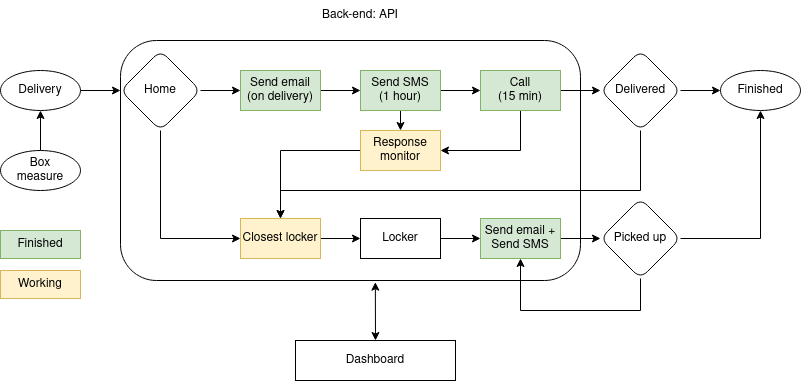
Earlier version of the draw.io export docs/projectStructure.png (tamagusko/ai-transatlantic-hackathon). Source tidied: cells renumbered, new cells last; positions are measured from the earlier drawing's top-left corner, leaving out a move shared by most shapes.
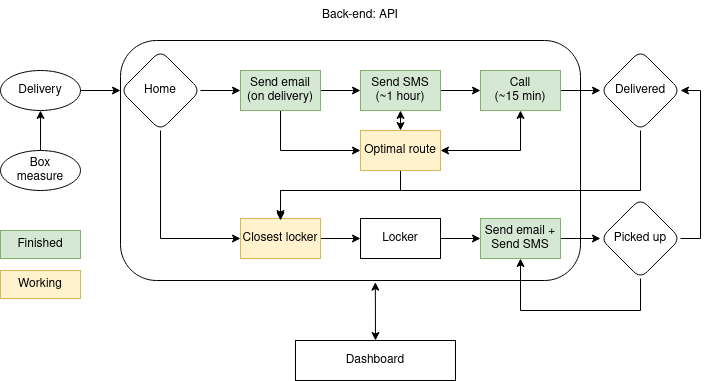
Later version of the same file.

What changed in the source:
```diff
@@ -23,6 +23,9 @@
     <mxCell id="8" style="edgeStyle=orthogonalEdgeStyle;rounded=0;jettySize=auto;html=1;exitX=1;exitY=0.5;exitDx=0;exitDy=0;entryX=0;entryY=0.5;entryDx=0;entryDy=0;" parent="1" edge="1" source="9" target="15">
       <mxGeometry relative="1" as="geometry" />
     </mxCell>
+    <mxCell id="38" style="edgeStyle=orthogonalEdgeStyle;rounded=0;jettySize=auto;html=1;exitX=0.5;exitY=1;exitDx=0;exitDy=0;entryX=0;entryY=0.5;entryDx=0;entryDy=0;startArrow=none;startFill=0;" parent="1" edge="1" source="9" target="35">
+      <mxGeometry relative="1" as="geometry" />
+    </mxCell>
     <mxCell id="9" value="&lt;div&gt;Send email&lt;br&gt;&lt;/div&gt;&lt;div&gt;(on delivery)&lt;br&gt;&lt;/div&gt;" style="rounded=0;whiteSpace=wrap;html=1;fillColor=#d5e8d4;strokeColor=#82b366;" parent="1" vertex="1">
       <mxGeometry x="240" y="70" width="80" height="40" as="geometry" />
     </mxCell>
@@ -38,28 +41,25 @@
     <mxCell id="13" style="edgeStyle=orthogonalEdgeStyle;rounded=0;jettySize=auto;html=1;exitX=1;exitY=0.5;exitDx=0;exitDy=0;entryX=0;entryY=0.5;entryDx=0;entryDy=0;" parent="1" edge="1" source="15" target="18">
       <mxGeometry relative="1" as="geometry" />
     </mxCell>
-    <mxCell id="14" style="edgeStyle=orthogonalEdgeStyle;rounded=0;jettySize=auto;html=1;exitX=0.5;exitY=1;exitDx=0;exitDy=0;entryX=0.5;entryY=0;entryDx=0;entryDy=0;" parent="1" edge="1" source="15" target="35">
+    <mxCell id="14" style="edgeStyle=orthogonalEdgeStyle;rounded=0;jettySize=auto;html=1;exitX=0.5;exitY=1;exitDx=0;exitDy=0;entryX=0.5;entryY=0;entryDx=0;entryDy=0;startArrow=classic;startFill=1;" parent="1" edge="1" source="15" target="35">
       <mxGeometry relative="1" as="geometry" />
     </mxCell>
-    <mxCell id="15" value="&lt;div&gt;Send SMS&lt;br&gt;&lt;/div&gt;&lt;div&gt;(1 hour)&lt;br&gt;&lt;/div&gt;" style="rounded=0;whiteSpace=wrap;html=1;fillColor=#d5e8d4;strokeColor=#82b366;" parent="1" vertex="1">
+    <mxCell id="15" value="&lt;div&gt;Send SMS&lt;br&gt;&lt;/div&gt;&lt;div&gt;(~1 hour)&lt;br&gt;&lt;/div&gt;" style="rounded=0;whiteSpace=wrap;html=1;fillColor=#d5e8d4;strokeColor=#82b366;" parent="1" vertex="1">
       <mxGeometry x="360" y="70" width="80" height="40" as="geometry" />
     </mxCell>
     <mxCell id="16" style="edgeStyle=orthogonalEdgeStyle;rounded=0;jettySize=auto;html=1;entryX=0;entryY=0.5;entryDx=0;entryDy=0;" parent="1" edge="1" source="18" target="21">
       <mxGeometry relative="1" as="geometry" />
     </mxCell>
-    <mxCell id="17" style="edgeStyle=orthogonalEdgeStyle;rounded=0;jettySize=auto;html=1;entryX=1;entryY=0.5;entryDx=0;entryDy=0;" parent="1" edge="1" source="18" target="35">
+    <mxCell id="17" style="edgeStyle=orthogonalEdgeStyle;rounded=0;jettySize=auto;html=1;entryX=1;entryY=0.5;entryDx=0;entryDy=0;startArrow=classic;startFill=1;" parent="1" edge="1" source="18" target="35">
       <mxGeometry relative="1" as="geometry">
         <Array as="points">
           <mxPoint x="520" y="150" />
         </Array>
       </mxGeometry>
     </mxCell>
-    <mxCell id="18" value="&lt;div&gt;Call&lt;br&gt;&lt;/div&gt;&lt;div&gt;(15 min)&lt;br&gt;&lt;/div&gt;" style="rounded=0;whiteSpace=wrap;html=1;fillColor=#d5e8d4;strokeColor=#82b366;" parent="1" vertex="1">
+    <mxCell id="18" value="&lt;div&gt;Call&lt;br&gt;&lt;/div&gt;&lt;div&gt;(~15 min)&lt;br&gt;&lt;/div&gt;" style="rounded=0;whiteSpace=wrap;html=1;fillColor=#d5e8d4;strokeColor=#82b366;" parent="1" vertex="1">
       <mxGeometry x="480" y="70" width="80" height="40" as="geometry" />
     </mxCell>
-    <mxCell id="19" style="edgeStyle=orthogonalEdgeStyle;rounded=0;jettySize=auto;html=1;exitX=1;exitY=0.5;exitDx=0;exitDy=0;entryX=0;entryY=0.5;entryDx=0;entryDy=0;" parent="1" edge="1" source="21" target="22">
-      <mxGeometry relative="1" as="geometry" />
-    </mxCell>
     <mxCell id="20" style="edgeStyle=orthogonalEdgeStyle;rounded=0;jettySize=auto;html=1;exitX=0.5;exitY=1;exitDx=0;exitDy=0;entryX=0.5;entryY=0;entryDx=0;entryDy=0;" parent="1" edge="1" source="21" target="24">
       <mxGeometry relative="1" as="geometry">
         <Array as="points">
@@ -71,9 +71,6 @@
     <mxCell id="21" value="Delivered" style="rhombus;whiteSpace=wrap;html=1;rounded=1;shadow=0;glass=0;sketch=0;fillColor=none;" parent="1" vertex="1">
       <mxGeometry x="600" y="50" width="80" height="80" as="geometry" />
     </mxCell>
-    <mxCell id="22" value="Finished" style="ellipse;whiteSpace=wrap;html=1;" parent="1" vertex="1">
-      <mxGeometry x="720" y="70" width="80" height="40" as="geometry" />
-    </mxCell>
     <mxCell id="23" style="edgeStyle=orthogonalEdgeStyle;rounded=0;jettySize=auto;html=1;exitX=1;exitY=0.5;exitDx=0;exitDy=0;entryX=0;entryY=0.5;entryDx=0;entryDy=0;" parent="1" edge="1" source="24" target="33">
       <mxGeometry relative="1" as="geometry" />
     </mxCell>
@@ -89,7 +86,7 @@
     <mxCell id="27" value="Send email + Send SMS" style="rounded=0;whiteSpace=wrap;html=1;fillColor=#d5e8d4;strokeColor=#82b366;" parent="1" vertex="1">
       <mxGeometry x="480" y="218" width="80" height="40" as="geometry" />
     </mxCell>
-    <mxCell id="28" style="edgeStyle=orthogonalEdgeStyle;rounded=0;jettySize=auto;html=1;exitX=1;exitY=0.5;exitDx=0;exitDy=0;entryX=0.5;entryY=1;entryDx=0;entryDy=0;" parent="1" edge="1" source="30" target="22">
+    <mxCell id="28" style="edgeStyle=orthogonalEdgeStyle;rounded=0;jettySize=auto;html=1;exitX=1;exitY=0.5;exitDx=0;exitDy=0;entryX=1;entryY=0.5;entryDx=0;entryDy=0;" parent="1" edge="1" source="30" target="21">
       <mxGeometry relative="1" as="geometry" />
     </mxCell>
     <mxCell id="29" style="edgeStyle=orthogonalEdgeStyle;rounded=0;jettySize=auto;html=1;entryX=0.5;entryY=1;entryDx=0;entryDy=0;" parent="1" edge="1" source="30" target="27">
@@ -112,10 +109,16 @@
     <mxCell id="33" value="Locker" style="rounded=0;whiteSpace=wrap;html=1;fillColor=default;strokeColor=#000000;" parent="1" vertex="1">
       <mxGeometry x="360" y="218" width="80" height="40" as="geometry" />
     </mxCell>
-    <mxCell id="34" style="edgeStyle=orthogonalEdgeStyle;rounded=0;jettySize=auto;html=1;entryX=0.5;entryY=0;entryDx=0;entryDy=0;" parent="1" edge="1" source="35" target="24">
-      <mxGeometry relative="1" as="geometry" />
-    </mxCell>
+    <mxCell id="39" style="edgeStyle=orthogonalEdgeStyle;rounded=0;jettySize=auto;html=1;exitX=0.5;exitY=1;exitDx=0;exitDy=0;startArrow=none;startFill=0;" parent="1" edge="1" source="35">
+      <mxGeometry relative="1" as="geometry">
+        <mxPoint x="280" y="220" as="targetPoint" />
+        <Array as="points">
+          <mxPoint x="400" y="190" />
+          <mxPoint x="280" y="190" />
+        </Array>
+      </mxGeometry>
+    </mxCell>
-    <mxCell id="35" value="Response monitor" style="rounded=0;whiteSpace=wrap;html=1;fillColor=#fff2cc;strokeColor=#d6b656;" parent="1" vertex="1">
+    <mxCell id="35" value="Optimal route" style="rounded=0;whiteSpace=wrap;html=1;fillColor=#fff2cc;strokeColor=#d6b656;" parent="1" vertex="1">
       <mxGeometry x="360" y="130" width="80" height="40" as="geometry" />
     </mxCell>
     <mxCell id="36" style="edgeStyle=orthogonalEdgeStyle;rounded=0;jettySize=auto;html=1;entryX=0.5;entryY=1;entryDx=0;entryDy=0;" parent="1" edge="1" source="37" target="4">
```
